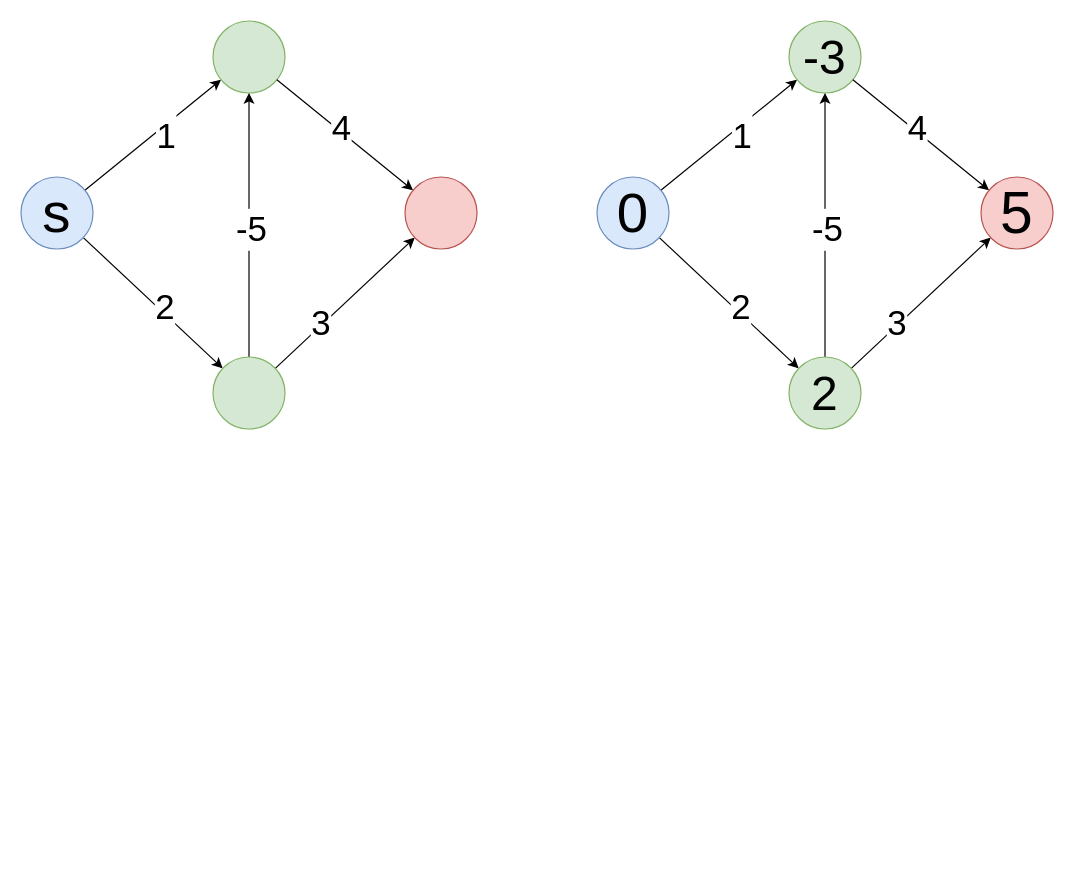
This is dijkstraexample.drawio from JelteDirks/2ilc0, a draw.io file, before an edit. Source tidied: cells renumbered, new cells numbered last; positions are measured from the earlier drawing's top-left corner, leaving out a move shared by most shapes. Both pictures are drawn from the tidied source at 120%, with x=0, y=0 at pixel (20, 20).
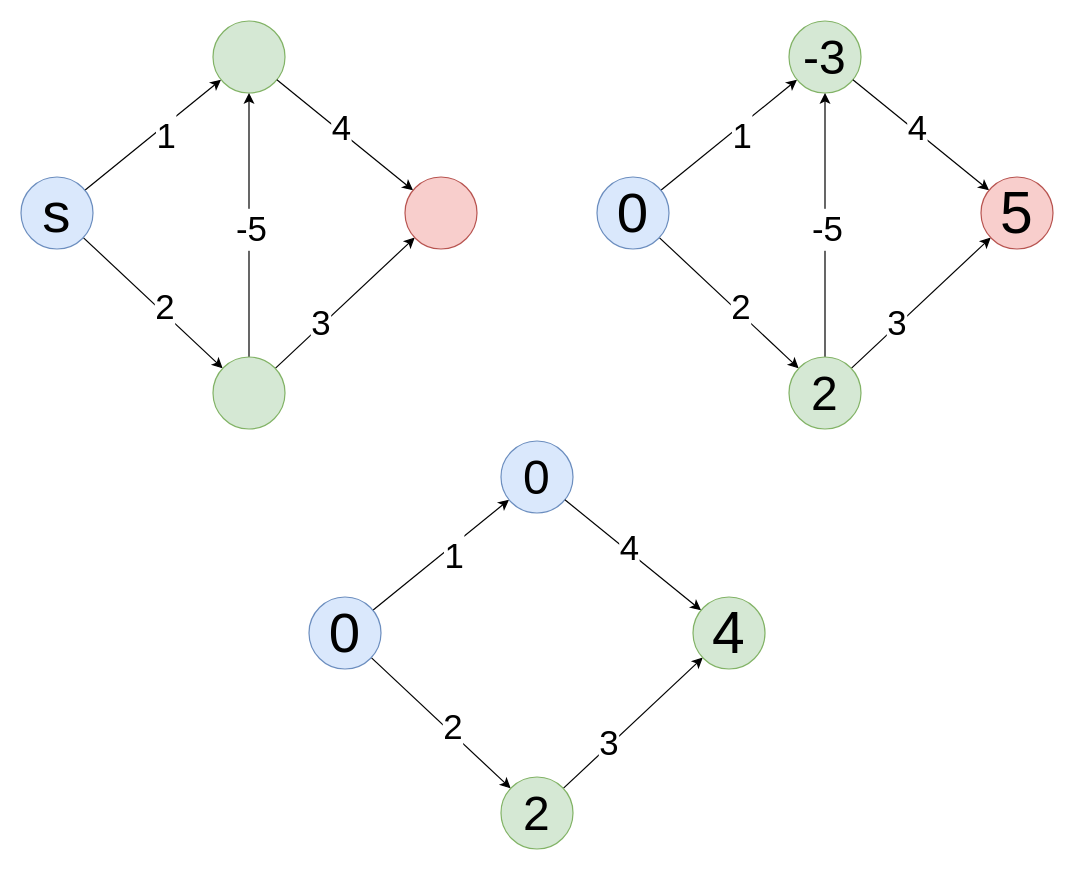
The same page after the edit.

Commit message:
add example with multiple 0 sources

Diff of the diagram source:
```diff
@@
+    <mxCell id="30" style="rounded=0;jettySize=auto;html=1;fontSize=47;" parent="1" edge="1" source="34" target="35">
+      <mxGeometry relative="1" as="geometry" />
+    </mxCell>
+    <mxCell id="31" value="&lt;font style=&quot;font-size: 29px;&quot;&gt;1&lt;/font&gt;" style="edgeLabel;html=1;align=center;verticalAlign=middle;fontSize=47;" parent="30" vertex="1">
+      <mxGeometry x="0.16" y="-2" relative="1" as="geometry" />
+    </mxCell>
+    <mxCell id="32" style="edgeStyle=none;rounded=0;jettySize=auto;html=1;fontSize=47;" parent="1" edge="1" source="34" target="38">
+      <mxGeometry relative="1" as="geometry" />
+    </mxCell>
+    <mxCell id="33" value="2" style="edgeLabel;html=1;align=center;verticalAlign=middle;fontSize=29;" parent="32" vertex="1">
+      <mxGeometry x="0.11" y="3" relative="1" as="geometry">
+        <mxPoint x="1" as="offset" />
+      </mxGeometry>
+    </mxCell>
+    <mxCell id="34" value="&lt;font style=&quot;font-size: 47px;&quot;&gt;0&lt;/font&gt;" style="ellipse;whiteSpace=wrap;html=1;fillColor=#dae8fc;strokeColor=#6c8ebf;" parent="1" vertex="1">
+      <mxGeometry x="240" y="480" width="60" height="60" as="geometry" />
+    </mxCell>
+    <mxCell id="35" value="&lt;font style=&quot;font-size: 40px;&quot;&gt;0&lt;/font&gt;" style="ellipse;whiteSpace=wrap;html=1;fillColor=#dae8fc;strokeColor=#6c8ebf;" parent="1" vertex="1">
+      <mxGeometry x="400" y="350" width="60" height="60" as="geometry" />
+    </mxCell>
+    <mxCell id="36" style="edgeStyle=none;rounded=0;jettySize=auto;html=1;fontSize=47;" parent="1" edge="1" source="38" target="41">
+      <mxGeometry relative="1" as="geometry" />
+    </mxCell>
+    <mxCell id="37" value="3" style="edgeLabel;html=1;align=center;verticalAlign=middle;fontSize=29;" parent="36" vertex="1">
+      <mxGeometry x="-0.33" y="2" relative="1" as="geometry" />
+    </mxCell>
+    <mxCell id="38" value="&lt;font style=&quot;font-size: 40px;&quot;&gt;2&lt;/font&gt;" style="ellipse;whiteSpace=wrap;html=1;fillColor=#d5e8d4;strokeColor=#82b366;" parent="1" vertex="1">
+      <mxGeometry x="400" y="630" width="60" height="60" as="geometry" />
+    </mxCell>
+    <mxCell id="39" style="edgeStyle=none;rounded=0;jettySize=auto;html=1;fontSize=29;" parent="1" edge="1" source="35" target="41">
+      <mxGeometry relative="1" as="geometry" />
+    </mxCell>
+    <mxCell id="40" value="4" style="edgeLabel;html=1;align=center;verticalAlign=middle;fontSize=29;" parent="39" vertex="1">
+      <mxGeometry x="-0.09" y="2" relative="1" as="geometry" />
+    </mxCell>
+    <mxCell id="41" value="&lt;font style=&quot;font-size: 49px;&quot;&gt;4&lt;/font&gt;" style="ellipse;whiteSpace=wrap;html=1;fillColor=#d5e8d4;strokeColor=#82b366;" parent="1" vertex="1">
+      <mxGeometry x="560" y="480" width="60" height="60" as="geometry" />
+    </mxCell>
```
